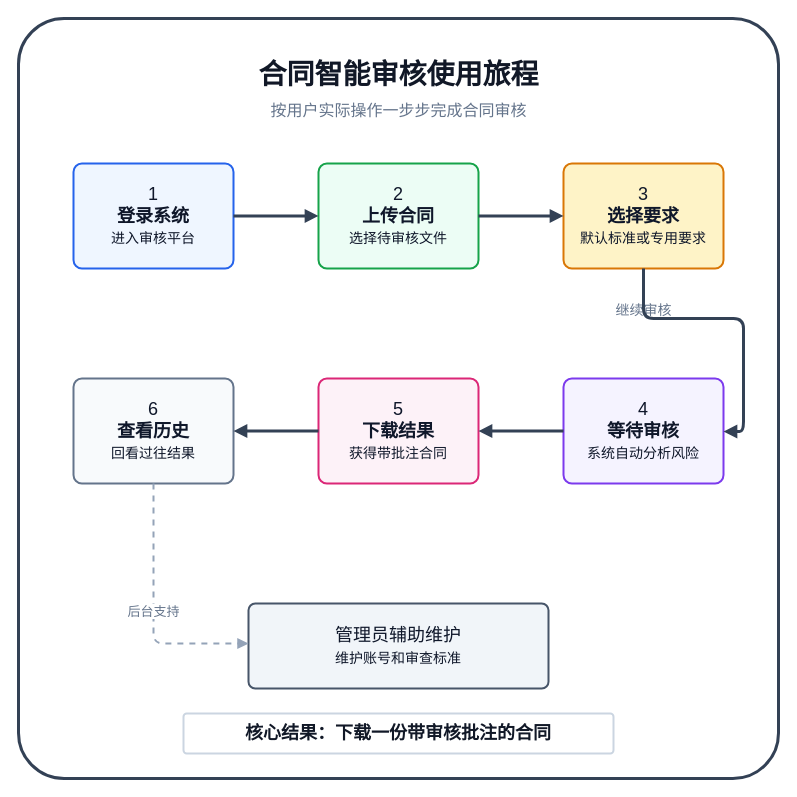
The draw.io diagram docs/BUSINESS_USER_JOURNEY.drawio in HoeTee/contract_agent, before the edit. Source tidied: cells renumbered, new cells numbered last; positions are measured from the earlier drawing's top-left corner, leaving out a move shared by most shapes. Both pictures are drawn from the tidied source at 100%, with x=0, y=0 at pixel (18, 18).
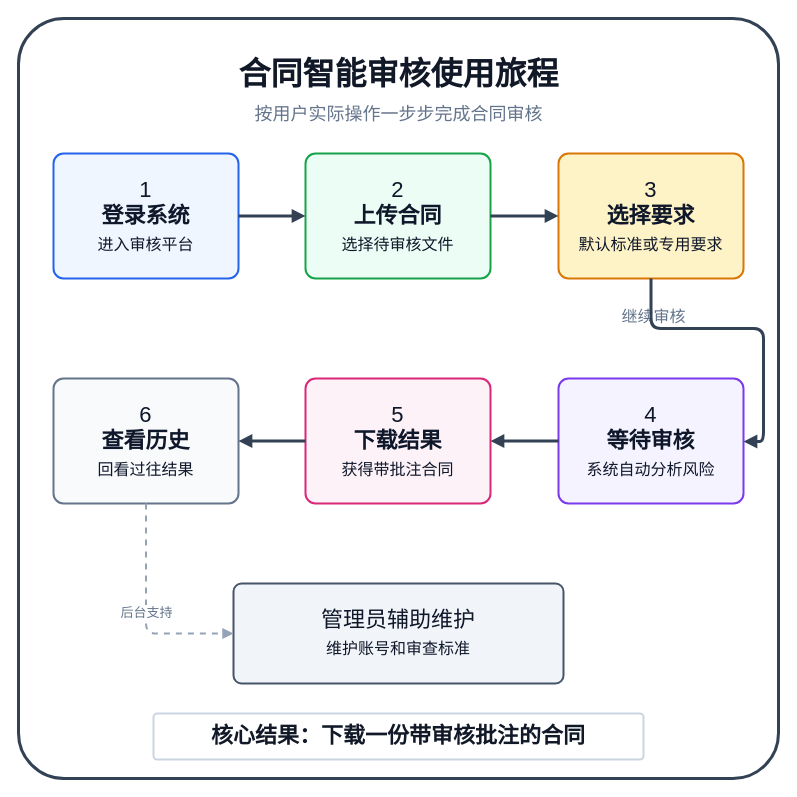
After the change.

Commit message:
docs: enlarge business user journey diagram text

What changed in the source:
```diff
@@
-    <mxCell id="3" value="合同智能审核使用旅程" style="text;html=1;strokeColor=none;fillColor=none;fontSize=28;fontStyle=1;align=center;verticalAlign=middle;fontColor=#111827;" parent="1" vertex="1">
-      <mxGeometry x="100" y="35" width="560" height="42" as="geometry" />
+    <mxCell id="3" value="合同智能审核使用旅程" style="text;html=1;strokeColor=none;fillColor=none;fontSize=32;fontStyle=1;align=center;verticalAlign=middle;fontColor=#111827;" parent="1" vertex="1">
+      <mxGeometry x="80" y="32" width="600" height="48" as="geometry" />
     </mxCell>
-    <mxCell id="4" value="按用户实际操作一步步完成合同审核" style="text;html=1;strokeColor=none;fillColor=none;fontSize=16;align=center;verticalAlign=middle;fontColor=#64748B;" parent="1" vertex="1">
-      <mxGeometry x="140" y="78" width="480" height="28" as="geometry" />
+    <mxCell id="4" value="按用户实际操作一步步完成合同审核" style="text;html=1;strokeColor=none;fillColor=none;fontSize=18;align=center;verticalAlign=middle;fontColor=#64748B;" parent="1" vertex="1">
+      <mxGeometry x="125" y="81" width="510" height="30" as="geometry" />
     </mxCell>
-    <mxCell id="5" value="1&lt;br&gt;&lt;b&gt;登录系统&lt;/b&gt;&lt;br&gt;&lt;font style=&quot;font-size: 14px;&quot;&gt;进入审核平台&lt;/font&gt;" style="rounded=1;whiteSpace=wrap;html=1;arcSize=8;fillColor=#EFF6FF;strokeColor=#2563EB;strokeWidth=2;fontSize=18;fontColor=#0F172A;spacing=8;" parent="1" vertex="1">
-      <mxGeometry x="55" y="145" width="160" height="105" as="geometry" />
+    <mxCell id="5" value="1&lt;br&gt;&lt;b&gt;登录系统&lt;/b&gt;&lt;br&gt;&lt;font style=&quot;font-size: 16px;&quot;&gt;进入审核平台&lt;/font&gt;" style="rounded=1;whiteSpace=wrap;html=1;arcSize=8;fillColor=#EFF6FF;strokeColor=#2563EB;strokeWidth=2;fontSize=22;fontColor=#0F172A;spacing=8;" parent="1" vertex="1">
+      <mxGeometry x="35" y="135" width="185" height="125" as="geometry" />
     </mxCell>
-    <mxCell id="6" value="2&lt;br&gt;&lt;b&gt;上传合同&lt;/b&gt;&lt;br&gt;&lt;font style=&quot;font-size: 14px;&quot;&gt;选择待审核文件&lt;/font&gt;" style="rounded=1;whiteSpace=wrap;html=1;arcSize=8;fillColor=#ECFDF5;strokeColor=#16A34A;strokeWidth=2;fontSize=18;fontColor=#0F172A;spacing=8;" parent="1" vertex="1">
-      <mxGeometry x="300" y="145" width="160" height="105" as="geometry" />
+    <mxCell id="6" value="2&lt;br&gt;&lt;b&gt;上传合同&lt;/b&gt;&lt;br&gt;&lt;font style=&quot;font-size: 16px;&quot;&gt;选择待审核文件&lt;/font&gt;" style="rounded=1;whiteSpace=wrap;html=1;arcSize=8;fillColor=#ECFDF5;strokeColor=#16A34A;strokeWidth=2;fontSize=22;fontColor=#0F172A;spacing=8;" parent="1" vertex="1">
+      <mxGeometry x="287" y="135" width="185" height="125" as="geometry" />
     </mxCell>
-    <mxCell id="7" value="3&lt;br&gt;&lt;b&gt;选择要求&lt;/b&gt;&lt;br&gt;&lt;font style=&quot;font-size: 14px;&quot;&gt;默认标准或专用要求&lt;/font&gt;" style="rounded=1;whiteSpace=wrap;html=1;arcSize=8;fillColor=#FEF3C7;strokeColor=#D97706;strokeWidth=2;fontSize=18;fontColor=#0F172A;spacing=8;" parent="1" vertex="1">
-      <mxGeometry x="545" y="145" width="160" height="105" as="geometry" />
+    <mxCell id="7" value="3&lt;br&gt;&lt;b&gt;选择要求&lt;/b&gt;&lt;br&gt;&lt;font style=&quot;font-size: 16px;&quot;&gt;默认标准或专用要求&lt;/font&gt;" style="rounded=1;whiteSpace=wrap;html=1;arcSize=8;fillColor=#FEF3C7;strokeColor=#D97706;strokeWidth=2;fontSize=22;fontColor=#0F172A;spacing=8;" parent="1" vertex="1">
+      <mxGeometry x="540" y="135" width="185" height="125" as="geometry" />
     </mxCell>
-    <mxCell id="8" value="继续审核" style="text;html=1;strokeColor=none;fillColor=none;fontSize=14;fontColor=#64748B;align=center;verticalAlign=middle;" parent="1" vertex="1">
-      <mxGeometry x="550" y="280" width="150" height="24" as="geometry" />
+    <mxCell id="8" value="继续审核" style="text;html=1;strokeColor=none;fillColor=none;fontSize=16;fontColor=#64748B;align=center;verticalAlign=middle;" parent="1" vertex="1">
+      <mxGeometry x="550" y="285" width="170" height="26" as="geometry" />
     </mxCell>
-    <mxCell id="9" value="4&lt;br&gt;&lt;b&gt;等待审核&lt;/b&gt;&lt;br&gt;&lt;font style=&quot;font-size: 14px;&quot;&gt;系统自动分析风险&lt;/font&gt;" style="rounded=1;whiteSpace=wrap;html=1;arcSize=8;fillColor=#F5F3FF;strokeColor=#7C3AED;strokeWidth=2;fontSize=18;fontColor=#0F172A;spacing=8;" parent="1" vertex="1">
-      <mxGeometry x="545" y="360" width="160" height="105" as="geometry" />
+    <mxCell id="9" value="4&lt;br&gt;&lt;b&gt;等待审核&lt;/b&gt;&lt;br&gt;&lt;font style=&quot;font-size: 16px;&quot;&gt;系统自动分析风险&lt;/font&gt;" style="rounded=1;whiteSpace=wrap;html=1;arcSize=8;fillColor=#F5F3FF;strokeColor=#7C3AED;strokeWidth=2;fontSize=22;fontColor=#0F172A;spacing=8;" parent="1" vertex="1">
+      <mxGeometry x="540" y="360" width="185" height="125" as="geometry" />
     </mxCell>
-    <mxCell id="10" value="5&lt;br&gt;&lt;b&gt;下载结果&lt;/b&gt;&lt;br&gt;&lt;font style=&quot;font-size: 14px;&quot;&gt;获得带批注合同&lt;/font&gt;" style="rounded=1;whiteSpace=wrap;html=1;arcSize=8;fillColor=#FDF2F8;strokeColor=#DB2777;strokeWidth=2;fontSize=18;fontColor=#0F172A;spacing=8;" parent="1" vertex="1">
-      <mxGeometry x="300" y="360" width="160" height="105" as="geometry" />
+    <mxCell id="10" value="5&lt;br&gt;&lt;b&gt;下载结果&lt;/b&gt;&lt;br&gt;&lt;font style=&quot;font-size: 16px;&quot;&gt;获得带批注合同&lt;/font&gt;" style="rounded=1;whiteSpace=wrap;html=1;arcSize=8;fillColor=#FDF2F8;strokeColor=#DB2777;strokeWidth=2;fontSize=22;fontColor=#0F172A;spacing=8;" parent="1" vertex="1">
+      <mxGeometry x="287" y="360" width="185" height="125" as="geometry" />
     </mxCell>
-    <mxCell id="11" value="6&lt;br&gt;&lt;b&gt;查看历史&lt;/b&gt;&lt;br&gt;&lt;font style=&quot;font-size: 14px;&quot;&gt;回看过往结果&lt;/font&gt;" style="rounded=1;whiteSpace=wrap;html=1;arcSize=8;fillColor=#F8FAFC;strokeColor=#64748B;strokeWidth=2;fontSize=18;fontColor=#0F172A;spacing=8;" parent="1" vertex="1">
-      <mxGeometry x="55" y="360" width="160" height="105" as="geometry" />
+    <mxCell id="11" value="6&lt;br&gt;&lt;b&gt;查看历史&lt;/b&gt;&lt;br&gt;&lt;font style=&quot;font-size: 16px;&quot;&gt;回看过往结果&lt;/font&gt;" style="rounded=1;whiteSpace=wrap;html=1;arcSize=8;fillColor=#F8FAFC;strokeColor=#64748B;strokeWidth=2;fontSize=22;fontColor=#0F172A;spacing=8;" parent="1" vertex="1">
+      <mxGeometry x="35" y="360" width="185" height="125" as="geometry" />
     </mxCell>
-    <mxCell id="12" value="管理员辅助维护&lt;br&gt;&lt;font style=&quot;font-size: 14px;&quot;&gt;维护账号和审查标准&lt;/font&gt;" style="rounded=1;whiteSpace=wrap;html=1;arcSize=8;fillColor=#F1F5F9;strokeColor=#475569;strokeWidth=2;fontSize=18;fontColor=#0F172A;spacing=8;" parent="1" vertex="1">
-      <mxGeometry x="230" y="585" width="300" height="85" as="geometry" />
+    <mxCell id="12" value="管理员辅助维护&lt;br&gt;&lt;font style=&quot;font-size: 16px;&quot;&gt;维护账号和审查标准&lt;/font&gt;" style="rounded=1;whiteSpace=wrap;html=1;arcSize=8;fillColor=#F1F5F9;strokeColor=#475569;strokeWidth=2;fontSize=22;fontColor=#0F172A;spacing=8;" parent="1" vertex="1">
+      <mxGeometry x="215" y="565" width="330" height="100" as="geometry" />
     </mxCell>
-    <mxCell id="13" value="核心结果：下载一份带审核批注的合同" style="rounded=1;whiteSpace=wrap;html=1;arcSize=8;fillColor=#FFFFFF;strokeColor=#CBD5E1;strokeWidth=2;fontSize=18;fontStyle=1;fontColor=#111827;" parent="1" vertex="1">
-      <mxGeometry x="165" y="695" width="430" height="40" as="geometry" />
+    <mxCell id="13" value="核心结果：下载一份带审核批注的合同" style="rounded=1;whiteSpace=wrap;html=1;arcSize=8;fillColor=#FFFFFF;strokeColor=#CBD5E1;strokeWidth=2;fontSize=22;fontStyle=1;fontColor=#111827;" parent="1" vertex="1">
+      <mxGeometry x="135" y="695" width="490" height="46" as="geometry" />
     </mxCell>
@@
     <mxCell id="16" style="edgeStyle=orthogonalEdgeStyle;rounded=1;jettySize=auto;html=1;endArrow=block;strokeColor=#334155;strokeWidth=3;" parent="1" edge="1" source="7" target="9">
       <mxGeometry relative="1" as="geometry">
         <Array as="points">
-          <mxPoint x="725" y="300" />
-          <mxPoint x="725" y="413" />
+          <mxPoint x="745" y="310" />
+          <mxPoint x="745" y="423" />
         </Array>
       </mxGeometry>
     </mxCell>
@@
     <mxCell id="19" value="后台支持" style="edgeStyle=orthogonalEdgeStyle;rounded=1;jettySize=auto;html=1;endArrow=block;strokeColor=#94A3B8;strokeWidth=2;dashed=1;fontSize=13;fontColor=#64748B;" parent="1" edge="1" source="11" target="12">
       <mxGeometry relative="1" as="geometry">
         <Array as="points">
-          <mxPoint x="135" y="625" />
+          <mxPoint x="128" y="615" />
         </Array>
       </mxGeometry>
     </mxCell>
```
